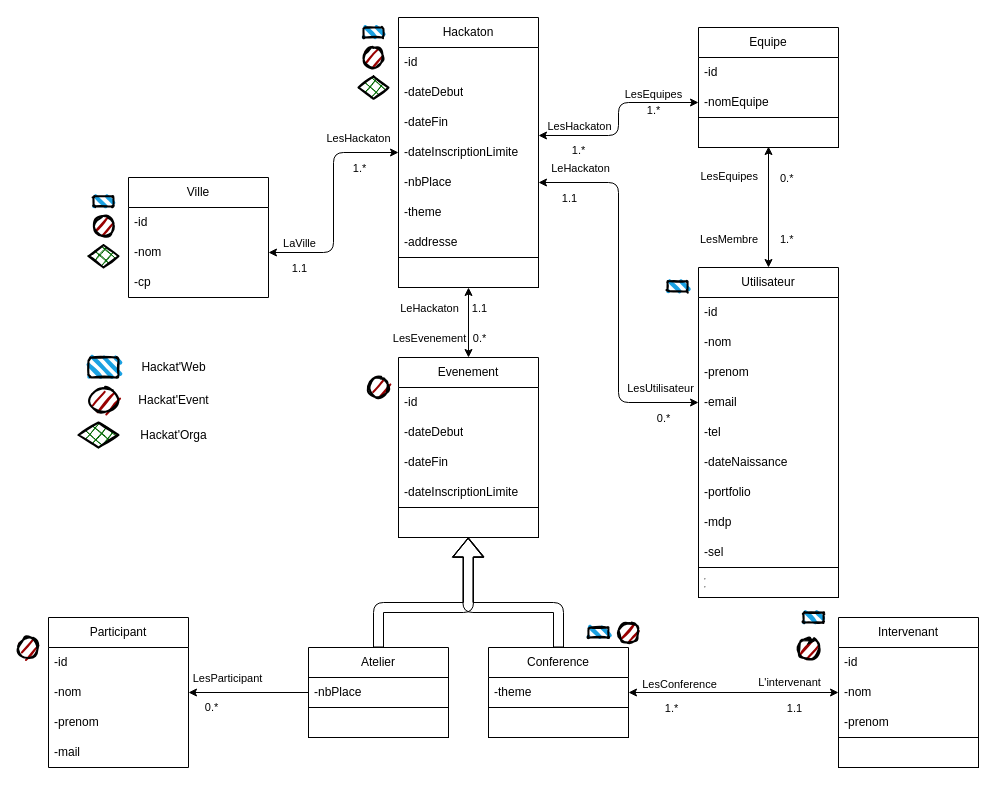
Before: HackaWeb/diagrameClasse.drawio in AnArcticPigeon/HackaWeb-SIO2, a draw.io diagram. Source tidied: cells renumbered, new cells numbered last; positions are measured from the earlier drawing's top-left corner, leaving out a move shared by most shapes. Both pictures are drawn from the tidied source at 100%, with x=0, y=0 at pixel (18, 17).
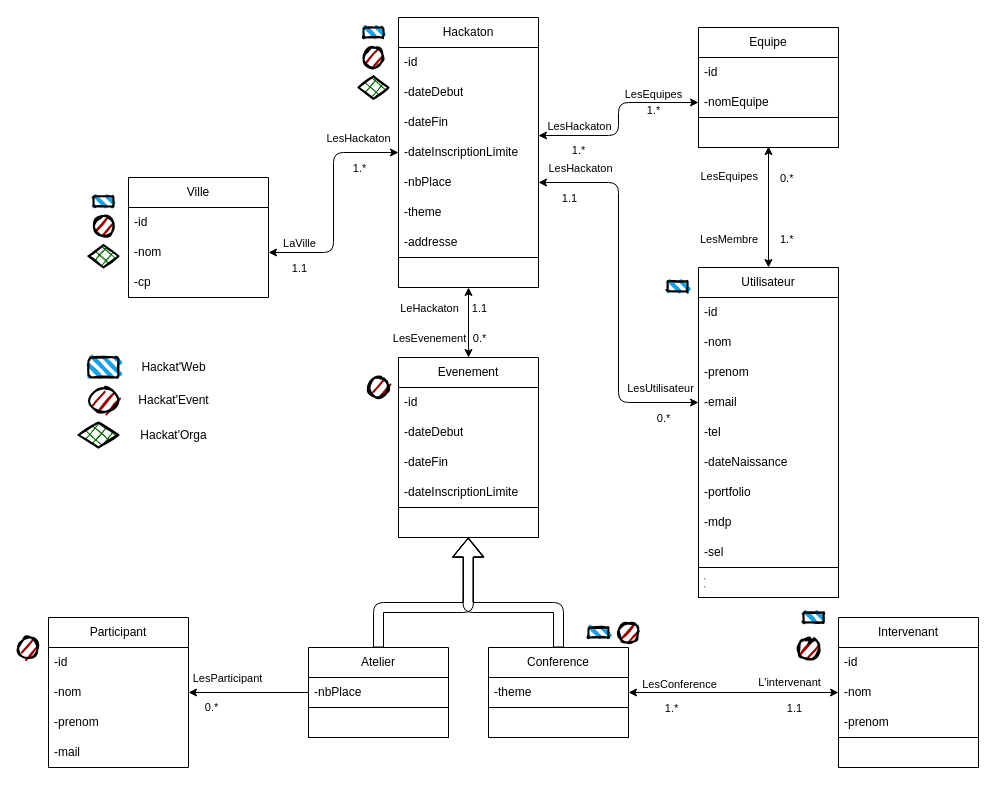
The same diagram, later.

The change refers to these unchanged cells:
```xml
<mxCell id="82" style="endArrow=classic;startArrow=classic;html=1;entryX=0;entryY=0.5;entryDx=0;entryDy=0;exitX=1;exitY=0.5;exitDx=0;exitDy=0;edgeStyle=orthogonalEdgeStyle;" parent="1" edge="1" source="22" target="6">
  <mxGeometry relative="1" as="geometry" />
</mxCell>
```

The edit, as a diff of the source:
```diff
@@
-    <mxCell id="85" value="LeHackaton" style="edgeLabel;html=1;align=center;verticalAlign=middle;" parent="82" vertex="1">
+    <mxCell id="85" value="LesHackaton" style="edgeLabel;html=1;align=center;verticalAlign=middle;" parent="82" vertex="1">
       <mxGeometry x="-0.86" y="1" relative="1" as="geometry">
         <mxPoint x="14" y="-14" as="offset" />
       </mxGeometry>
     </mxCell>
```
